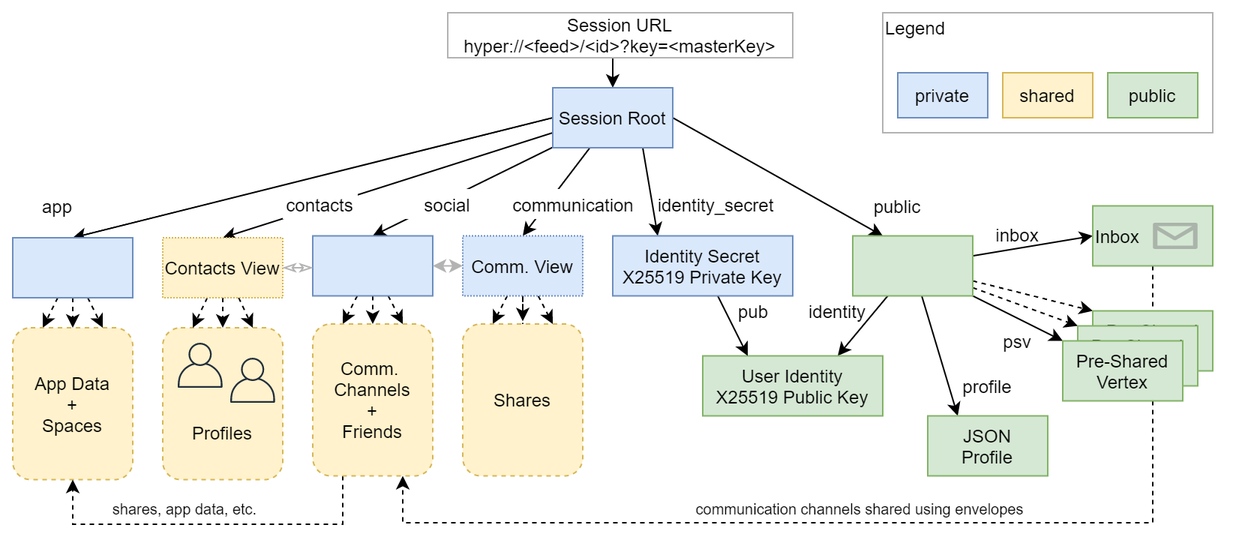
This is docs/session.png from fsteff/certacrypt, a draw.io export, as it was before one commit. Source tidied: cells renumbered, new cells last; positions are measured from the earlier drawing's top-left corner, leaving out a move shared by most shapes.
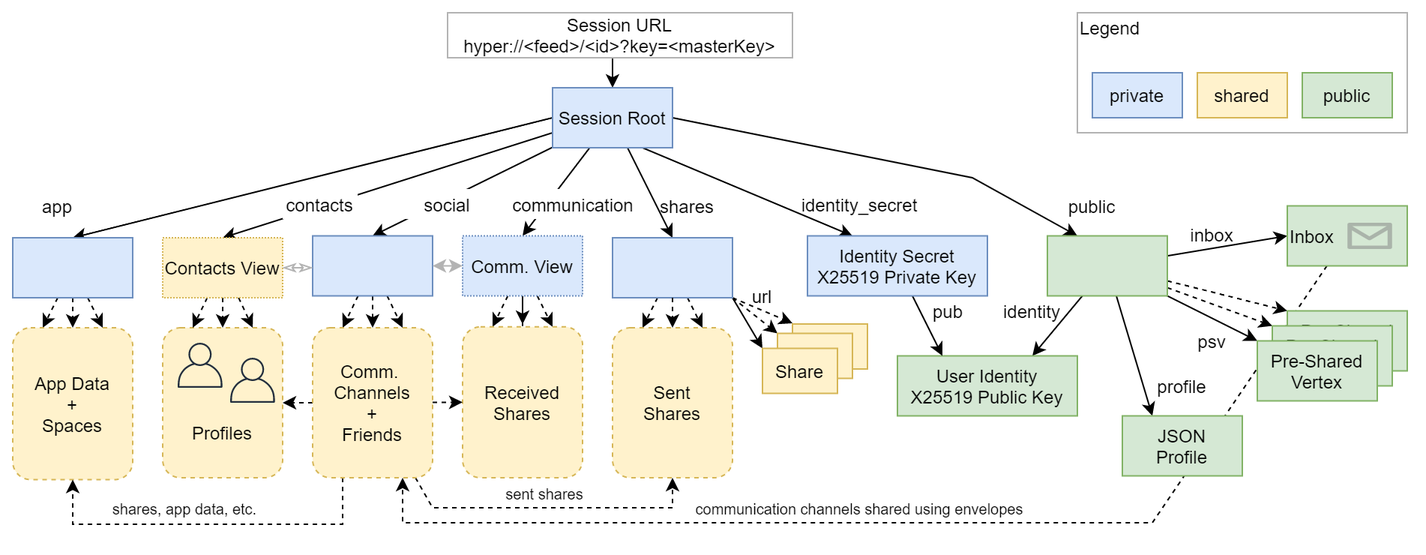
After the commit.

Change to the diagram source:
```diff
@@ -11,7 +11,7 @@
       </mxGeometry>
     </mxCell>
     <mxCell id="3" style="rounded=1;whiteSpace=wrap;html=1;fillColor=#fff2cc;dashed=1;strokeColor=#d6b656;" parent="1" vertex="1">
-      <mxGeometry x="100" y="210" width="80" height="101.2" as="geometry" />
+      <mxGeometry x="100" y="210" width="80" height="100" as="geometry" />
     </mxCell>
     <mxCell id="4" style="endArrow=classic;html=1;" parent="1" edge="1">
       <mxGeometry relative="1" as="geometry">
@@ -23,7 +23,11 @@
       <mxGeometry x="290" width="230" height="30" as="geometry" />
     </mxCell>
     <mxCell id="6" style="edgeStyle=none;rounded=0;jettySize=auto;html=1;entryX=0.25;entryY=0;entryDx=0;entryDy=0;exitX=1;exitY=0.5;exitDx=0;exitDy=0;" parent="1" edge="1" source="12" target="19">
-      <mxGeometry relative="1" as="geometry" />
+      <mxGeometry relative="1" as="geometry">
+        <Array as="points">
+          <mxPoint x="640" y="110" />
+        </Array>
+      </mxGeometry>
     </mxCell>
     <mxCell id="7" style="edgeStyle=none;rounded=0;jettySize=auto;html=1;entryX=0.25;entryY=0;entryDx=0;entryDy=0;exitX=0.75;exitY=1;exitDx=0;exitDy=0;" parent="1" edge="1" source="12" target="29">
       <mxGeometry relative="1" as="geometry" />
@@ -44,6 +48,9 @@
     <mxCell id="11" style="edgeStyle=none;rounded=0;jettySize=auto;html=1;entryX=0.5;entryY=0;entryDx=0;entryDy=0;" parent="1" edge="1" source="12" target="67">
       <mxGeometry relative="1" as="geometry" />
     </mxCell>
+    <mxCell id="72" style="rounded=0;jettySize=auto;html=1;entryX=0.5;entryY=0;entryDx=0;entryDy=0;" parent="1" edge="1" source="12" target="81">
+      <mxGeometry relative="1" as="geometry" />
+    </mxCell>
     <mxCell id="12" value="Session Root" style="rounded=0;whiteSpace=wrap;html=1;fillColor=#dae8fc;strokeColor=#6c8ebf;" parent="1" vertex="1">
       <mxGeometry x="360" y="50" width="80" height="40" as="geometry" />
     </mxCell>
@@ -66,55 +73,55 @@
       <mxGeometry relative="1" as="geometry" />
     </mxCell>
     <mxCell id="19" style="rounded=0;whiteSpace=wrap;html=1;align=left;fillColor=#d5e8d4;strokeColor=#82b366;" parent="1" vertex="1">
-      <mxGeometry x="560" y="148.8" width="80" height="40" as="geometry" />
+      <mxGeometry x="690" y="148.8" width="80" height="40" as="geometry" />
     </mxCell>
     <mxCell id="20" value="public" style="text;html=1;strokeColor=none;fillColor=none;align=center;verticalAlign=middle;whiteSpace=wrap;rounded=0;" parent="1" vertex="1">
-      <mxGeometry x="570" y="118.8" width="40" height="20" as="geometry" />
+      <mxGeometry x="700" y="118.8" width="40" height="20" as="geometry" />
     </mxCell>
     <mxCell id="21" value="User Identity&lt;br&gt;&lt;span&gt;X25519 Public Key&lt;/span&gt;" style="rounded=0;whiteSpace=wrap;html=1;fillColor=#d5e8d4;strokeColor=#82b366;" parent="1" vertex="1">
-      <mxGeometry x="460" y="228.8" width="120" height="40" as="geometry" />
+      <mxGeometry x="590" y="228.8" width="120" height="40" as="geometry" />
     </mxCell>
     <mxCell id="22" value="JSON&lt;br&gt;Profile" style="rounded=0;whiteSpace=wrap;html=1;fillColor=#d5e8d4;strokeColor=#82b366;" parent="1" vertex="1">
-      <mxGeometry x="610" y="268.8" width="80" height="40" as="geometry" />
+      <mxGeometry x="740" y="268.8" width="80" height="40" as="geometry" />
     </mxCell>
     <mxCell id="23" value="profile" style="text;html=1;strokeColor=none;fillColor=none;align=center;verticalAlign=middle;whiteSpace=wrap;rounded=0;" parent="1" vertex="1">
-      <mxGeometry x="630" y="238.8" width="40" height="20" as="geometry" />
+      <mxGeometry x="760" y="238.8" width="40" height="20" as="geometry" />
     </mxCell>
     <mxCell id="24" value="identity" style="text;html=1;strokeColor=none;fillColor=none;align=center;verticalAlign=middle;whiteSpace=wrap;rounded=0;" parent="1" vertex="1">
-      <mxGeometry x="530" y="188.8" width="40" height="20" as="geometry" />
+      <mxGeometry x="660" y="188.8" width="40" height="20" as="geometry" />
     </mxCell>
     <mxCell id="25" value="Pre-Shared&lt;br&gt;Vertex" style="rounded=0;whiteSpace=wrap;html=1;fillColor=#d5e8d4;strokeColor=#82b366;" parent="1" vertex="1">
-      <mxGeometry x="720" y="198.8" width="80" height="40" as="geometry" />
+      <mxGeometry x="850" y="198.8" width="80" height="40" as="geometry" />
     </mxCell>
     <mxCell id="26" value="Pre-Shared&lt;br&gt;Vertex" style="rounded=0;whiteSpace=wrap;html=1;fillColor=#d5e8d4;strokeColor=#82b366;" parent="1" vertex="1">
-      <mxGeometry x="710" y="208.8" width="80" height="40" as="geometry" />
+      <mxGeometry x="840" y="208.8" width="80" height="40" as="geometry" />
     </mxCell>
     <mxCell id="27" value="Pre-Shared&lt;br&gt;Vertex" style="rounded=0;whiteSpace=wrap;html=1;fillColor=#d5e8d4;strokeColor=#82b366;" parent="1" vertex="1">
-      <mxGeometry x="700" y="218.8" width="80" height="40" as="geometry" />
+      <mxGeometry x="830" y="218.8" width="80" height="40" as="geometry" />
     </mxCell>
     <mxCell id="28" style="edgeStyle=none;rounded=0;jettySize=auto;html=1;entryX=0.25;entryY=0;entryDx=0;entryDy=0;" parent="1" edge="1" source="29" target="21">
       <mxGeometry relative="1" as="geometry" />
     </mxCell>
     <mxCell id="29" value="Identity Secret&lt;br&gt;X25519 Private Key" style="rounded=0;whiteSpace=wrap;html=1;fillColor=#dae8fc;strokeColor=#6c8ebf;" parent="1" vertex="1">
-      <mxGeometry x="400" y="148.8" width="120" height="40" as="geometry" />
+      <mxGeometry x="530" y="148.8" width="120" height="40" as="geometry" />
     </mxCell>
     <mxCell id="30" value="pub" style="text;html=1;strokeColor=none;fillColor=none;align=center;verticalAlign=middle;whiteSpace=wrap;rounded=0;" parent="1" vertex="1">
-      <mxGeometry x="474" y="188.8" width="40" height="20" as="geometry" />
+      <mxGeometry x="604" y="188.8" width="40" height="20" as="geometry" />
     </mxCell>
     <mxCell id="31" value="identity_secret" style="text;html=1;strokeColor=none;fillColor=none;align=center;verticalAlign=middle;whiteSpace=wrap;rounded=0;" parent="1" vertex="1">
-      <mxGeometry x="424" y="117.5" width="90" height="20" as="geometry" />
+      <mxGeometry x="520" y="117.5" width="90" height="20" as="geometry" />
     </mxCell>
     <mxCell id="32" value="psv" style="text;html=1;strokeColor=none;fillColor=none;align=center;verticalAlign=middle;whiteSpace=wrap;rounded=0;" parent="1" vertex="1">
-      <mxGeometry x="650" y="208.8" width="40" height="20" as="geometry" />
+      <mxGeometry x="780" y="208.8" width="40" height="20" as="geometry" />
     </mxCell>
     <mxCell id="33" value="Inbox" style="rounded=0;whiteSpace=wrap;html=1;align=left;fillColor=#d5e8d4;strokeColor=#82b366;" parent="1" vertex="1">
-      <mxGeometry x="720" y="128.8" width="80" height="40" as="geometry" />
+      <mxGeometry x="850" y="128.8" width="80" height="40" as="geometry" />
     </mxCell>
     <mxCell id="34" style="verticalLabelPosition=bottom;html=1;verticalAlign=top;align=center;strokeColor=none;shape=mxgraph.azure.message;fillColor=#808080;" parent="1" vertex="1">
-      <mxGeometry x="760" y="140" width="30" height="17.5" as="geometry" />
+      <mxGeometry x="890" y="140" width="30" height="17.5" as="geometry" />
     </mxCell>
     <mxCell id="35" value="inbox" style="text;html=1;strokeColor=none;fillColor=none;align=center;verticalAlign=middle;whiteSpace=wrap;rounded=0;" parent="1" vertex="1">
-      <mxGeometry x="650" y="137.5" width="40" height="20" as="geometry" />
+      <mxGeometry x="780" y="137.5" width="40" height="20" as="geometry" />
     </mxCell>
     <mxCell id="36" style="rounded=0;jettySize=auto;html=1;entryX=0.25;entryY=0;entryDx=0;entryDy=0;dashed=1;exitX=0.371;exitY=1.001;exitDx=0;exitDy=0;exitPerimeter=0;" parent="1" edge="1" source="39" target="3">
       <mxGeometry relative="1" as="geometry" />
@@ -190,22 +197,22 @@
       <mxGeometry x="430" y="320" width="270" height="20" as="geometry" />
     </mxCell>
     <mxCell id="58" style="rounded=0;whiteSpace=wrap;html=1;fillColor=none;strokeColor=#B3B3B3;" parent="1" vertex="1">
-      <mxGeometry x="580" width="220" height="80" as="geometry" />
+      <mxGeometry x="710" width="220" height="80" as="geometry" />
     </mxCell>
     <mxCell id="59" value="Legend" style="text;html=1;strokeColor=none;fillColor=none;align=left;verticalAlign=middle;whiteSpace=wrap;rounded=0;" parent="1" vertex="1">
-      <mxGeometry x="580" width="50" height="20" as="geometry" />
+      <mxGeometry x="710" width="50" height="20" as="geometry" />
     </mxCell>
     <mxCell id="60" value="private" style="rounded=0;whiteSpace=wrap;html=1;strokeColor=#6c8ebf;fillColor=#dae8fc;" parent="1" vertex="1">
-      <mxGeometry x="590" y="40" width="60" height="30" as="geometry" />
+      <mxGeometry x="720" y="40" width="60" height="30" as="geometry" />
     </mxCell>
     <mxCell id="61" value="shared" style="rounded=0;whiteSpace=wrap;html=1;strokeColor=#d6b656;fillColor=#fff2cc;" parent="1" vertex="1">
-      <mxGeometry x="660" y="40" width="60" height="30" as="geometry" />
+      <mxGeometry x="790" y="40" width="60" height="30" as="geometry" />
     </mxCell>
     <mxCell id="62" value="public" style="rounded=0;whiteSpace=wrap;html=1;strokeColor=#82b366;fillColor=#d5e8d4;" parent="1" vertex="1">
-      <mxGeometry x="730" y="40" width="60" height="30" as="geometry" />
+      <mxGeometry x="860" y="40" width="60" height="30" as="geometry" />
     </mxCell>
-    <mxCell id="63" value="Shares" style="rounded=1;whiteSpace=wrap;html=1;dashed=1;fillColor=#fff2cc;strokeColor=#d6b656;" parent="1" vertex="1">
-      <mxGeometry x="300" y="207.5" width="80" height="101.2" as="geometry" />
+    <mxCell id="63" value="Received&lt;br&gt;Shares" style="rounded=1;whiteSpace=wrap;html=1;dashed=1;fillColor=#fff2cc;strokeColor=#d6b656;" parent="1" vertex="1">
+      <mxGeometry x="300" y="209.4" width="80" height="100.6" as="geometry" />
     </mxCell>
     <mxCell id="64" style="edgeStyle=none;rounded=0;jettySize=auto;html=1;entryX=0.5;entryY=0;entryDx=0;entryDy=0;dashed=1;" parent="1" edge="1" source="67" target="69">
       <mxGeometry relative="1" as="geometry" />
@@ -222,8 +229,22 @@
     <mxCell id="68" value="communication" style="text;html=1;strokeColor=none;align=center;verticalAlign=middle;whiteSpace=wrap;rounded=0;fillColor=#ffffff;" parent="1" vertex="1">
       <mxGeometry x="329" y="117.5" width="90" height="20" as="geometry" />
     </mxCell>
+    <mxCell id="73" style="edgeStyle=none;rounded=0;jettySize=auto;html=1;entryX=0.5;entryY=1;entryDx=0;entryDy=0;dashed=1;" parent="1" edge="1" source="69" target="83">
+      <mxGeometry relative="1" as="geometry">
+        <Array as="points">
+          <mxPoint x="280" y="330" />
+          <mxPoint x="440" y="330" />
+        </Array>
+      </mxGeometry>
+    </mxCell>
+    <mxCell id="74" style="edgeStyle=none;rounded=0;jettySize=auto;html=1;entryX=0;entryY=0.5;entryDx=0;entryDy=0;dashed=1;fontSize=10;" parent="1" edge="1" source="69" target="63">
+      <mxGeometry relative="1" as="geometry" />
+    </mxCell>
+    <mxCell id="75" style="edgeStyle=none;rounded=0;jettySize=auto;html=1;entryX=1;entryY=0.5;entryDx=0;entryDy=0;dashed=1;fontSize=10;" parent="1" edge="1" source="69" target="3">
+      <mxGeometry relative="1" as="geometry" />
+    </mxCell>
     <mxCell id="69" value="Comm.&amp;nbsp;&lt;br&gt;Channels&lt;br&gt;+&lt;br&gt;Friends" style="rounded=1;whiteSpace=wrap;html=1;dashed=1;fillColor=#fff2cc;strokeColor=#d6b656;" parent="1" vertex="1">
-      <mxGeometry x="200" y="207.5" width="80" height="101.2" as="geometry" />
+      <mxGeometry x="200" y="210" width="80" height="100" as="geometry" />
     </mxCell>
     <mxCell id="70" style="endArrow=classicThin;startArrow=classicThin;html=1;exitX=1;exitY=0.5;exitDx=0;exitDy=0;startFill=0;endFill=0;strokeColor=#B3B3B3;" parent="1" edge="1" source="39">
       <mxGeometry relative="1" as="geometry">
@@ -233,5 +254,51 @@
     <mxCell id="71" style="endArrow=classic;startArrow=classic;html=1;strokeColor=#B3B3B3;exitX=1;exitY=0.5;exitDx=0;exitDy=0;entryX=0;entryY=0.5;entryDx=0;entryDy=0;" parent="1" edge="1" source="67" target="50">
       <mxGeometry relative="1" as="geometry" />
     </mxCell>
+    <mxCell id="76" style="edgeStyle=none;rounded=0;jettySize=auto;html=1;entryX=0.75;entryY=0;entryDx=0;entryDy=0;dashed=1;" parent="1" edge="1" source="81" target="83">
+      <mxGeometry relative="1" as="geometry" />
+    </mxCell>
+    <mxCell id="77" style="edgeStyle=none;rounded=0;jettySize=auto;html=1;entryX=0.25;entryY=0;entryDx=0;entryDy=0;dashed=1;" parent="1" edge="1" source="81" target="83">
+      <mxGeometry relative="1" as="geometry" />
+    </mxCell>
+    <mxCell id="78" style="edgeStyle=none;rounded=0;jettySize=auto;html=1;entryX=0;entryY=0;entryDx=0;entryDy=0;exitX=1;exitY=1;exitDx=0;exitDy=0;" parent="1" edge="1" source="81" target="87">
+      <mxGeometry relative="1" as="geometry" />
+    </mxCell>
+    <mxCell id="79" style="edgeStyle=none;rounded=0;jettySize=auto;html=1;entryX=0;entryY=0;entryDx=0;entryDy=0;dashed=1;exitX=1;exitY=1;exitDx=0;exitDy=0;" parent="1" edge="1" source="81" target="86">
+      <mxGeometry relative="1" as="geometry" />
+    </mxCell>
+    <mxCell id="80" style="edgeStyle=none;rounded=0;jettySize=auto;html=1;dashed=1;exitX=1;exitY=1;exitDx=0;exitDy=0;" parent="1" edge="1" source="81">
+      <mxGeometry relative="1" as="geometry">
+        <mxPoint x="520" y="207" as="targetPoint" />
+      </mxGeometry>
+    </mxCell>
+    <mxCell id="81" style="rounded=0;whiteSpace=wrap;html=1;fillColor=#dae8fc;strokeColor=#6c8ebf;" parent="1" vertex="1">
+      <mxGeometry x="400" y="150" width="80" height="40" as="geometry" />
+    </mxCell>
+    <mxCell id="82" value="shares" style="text;html=1;strokeColor=none;fillColor=none;align=center;verticalAlign=middle;whiteSpace=wrap;rounded=0;" parent="1" vertex="1">
+      <mxGeometry x="430" y="118.8" width="40" height="20" as="geometry" />
+    </mxCell>
+    <mxCell id="83" value="Sent&lt;br&gt;Shares" style="rounded=1;whiteSpace=wrap;html=1;dashed=1;fillColor=#fff2cc;strokeColor=#d6b656;" parent="1" vertex="1">
+      <mxGeometry x="400" y="210" width="80" height="100" as="geometry" />
+    </mxCell>
+    <mxCell id="84" style="edgeStyle=orthogonalEdgeStyle;rounded=0;jettySize=auto;html=1;dashed=1;exitX=0.5;exitY=1;exitDx=0;exitDy=0;" parent="1" edge="1" source="81">
+      <mxGeometry relative="1" as="geometry">
+        <mxPoint x="440" y="210" as="targetPoint" />
+      </mxGeometry>
+    </mxCell>
+    <mxCell id="85" value="Share" style="rounded=0;whiteSpace=wrap;html=1;fillColor=#fff2cc;strokeColor=#d6b656;" parent="1" vertex="1">
+      <mxGeometry x="520" y="207.5" width="50" height="30" as="geometry" />
+    </mxCell>
+    <mxCell id="86" value="Share" style="rounded=0;whiteSpace=wrap;html=1;fillColor=#fff2cc;strokeColor=#d6b656;" parent="1" vertex="1">
+      <mxGeometry x="510" y="213.8" width="50" height="30" as="geometry" />
+    </mxCell>
+    <mxCell id="87" value="Share" style="rounded=0;whiteSpace=wrap;html=1;fillColor=#fff2cc;strokeColor=#d6b656;" parent="1" vertex="1">
+      <mxGeometry x="500" y="223.8" width="50" height="30" as="geometry" />
+    </mxCell>
+    <mxCell id="88" value="url" style="text;html=1;strokeColor=none;fillColor=none;align=center;verticalAlign=middle;whiteSpace=wrap;rounded=0;" parent="1" vertex="1">
+      <mxGeometry x="480" y="178.8" width="40" height="20" as="geometry" />
+    </mxCell>
+    <mxCell id="89" value="sent shares" style="text;html=1;strokeColor=none;fillColor=none;align=center;verticalAlign=middle;whiteSpace=wrap;rounded=0;fontSize=10;" parent="1" vertex="1">
+      <mxGeometry x="320" y="310" width="70" height="21.2" as="geometry" />
+    </mxCell>
   </root>
 </mxGraphModel>
```
